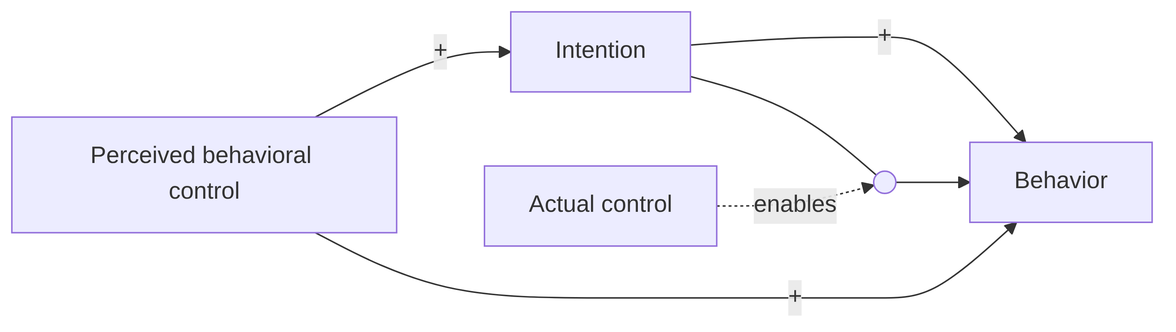
This is diagrams/tpb.png from daob/stads-book, a Mermaid export, as it was before one commit. Its source is kept beside it as diagrams/tpb.mmd.
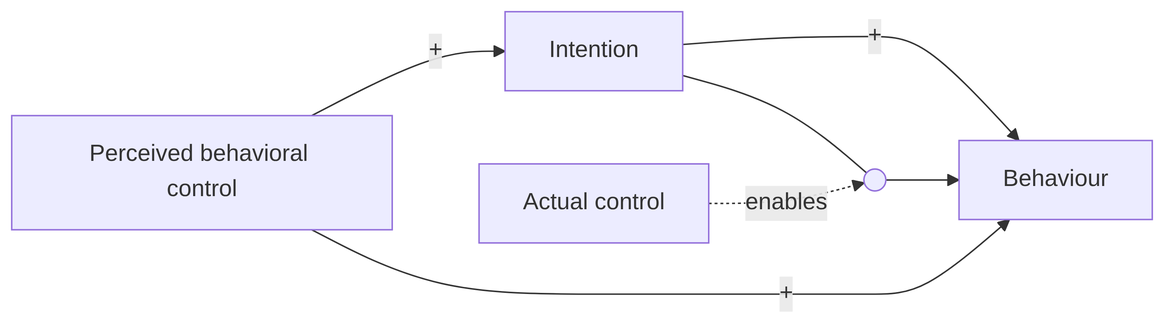
After the change.

Diff of the diagram source:
```diff
@@ -1,6 +1,6 @@
 flowchart LR
   PBC[Perceived behavioral control] -->|+| I[Intention]
-  I -->|+| B[Behavior]
+  I -->|+| B[Behaviour]
   PBC -->|+| B
   AC[Actual control] -.->|enables| IB(( ))
   I --- IB
```
